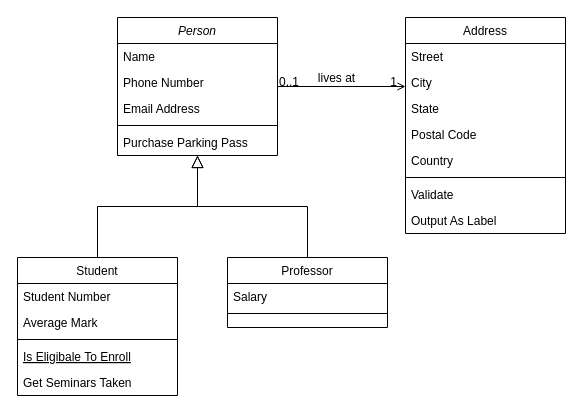
This is Untitled Diagram.drawio from flyskybingo/TestCase, a draw.io file, before an edit. Source tidied: cells renumbered, new cells numbered last; positions are measured from the earlier drawing's top-left corner, leaving out a move shared by most shapes. Both pictures are drawn from the tidied source at 100%, with x=0, y=0 at pixel (17, 17).
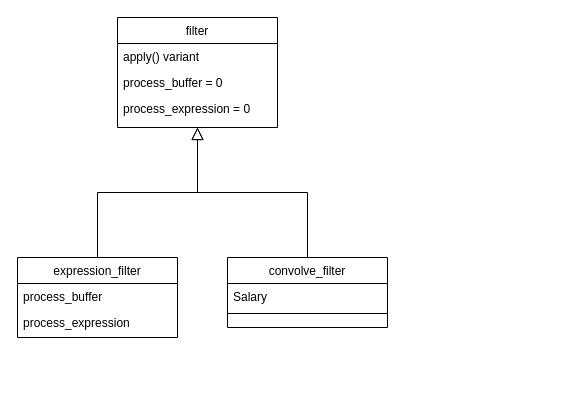
The same diagram, later.

Change to the diagram source:
```diff
@@
-    <mxCell id="2" value="Person" style="swimlane;fontStyle=2;align=center;verticalAlign=top;horizontal=1;startSize=26;rounded=0;shadow=0;strokeWidth=1;" parent="1" vertex="1">
-      <mxGeometry x="100" width="160" height="138" as="geometry" />
+    <mxCell id="2" value="filter" style="swimlane;fontStyle=0;align=center;verticalAlign=top;horizontal=1;startSize=26;rounded=0;shadow=0;strokeWidth=1;swimlaneLine=1;" parent="1" vertex="1">
+      <mxGeometry x="100" width="160" height="110" as="geometry" />
     </mxCell>
-    <mxCell id="3" value="Name" style="text;align=left;verticalAlign=top;spacingLeft=4;spacingRight=4;overflow=hidden;" parent="2" vertex="1">
+    <mxCell id="3" value="apply() variant" style="text;align=left;verticalAlign=top;spacingLeft=4;spacingRight=4;overflow=hidden;" parent="2" vertex="1">
       <mxGeometry y="26" width="160" height="26" as="geometry" />
     </mxCell>
-    <mxCell id="4" value="Phone Number" style="text;align=left;verticalAlign=top;spacingLeft=4;spacingRight=4;overflow=hidden;rounded=0;shadow=0;html=0;" parent="2" vertex="1">
+    <mxCell id="4" value="process_buffer = 0" style="text;align=left;verticalAlign=top;spacingLeft=4;spacingRight=4;overflow=hidden;rounded=0;shadow=0;html=0;" parent="2" vertex="1">
       <mxGeometry y="52" width="160" height="26" as="geometry" />
     </mxCell>
-    <mxCell id="5" value="Email Address" style="text;align=left;verticalAlign=top;spacingLeft=4;spacingRight=4;overflow=hidden;rounded=0;shadow=0;html=0;" parent="2" vertex="1">
+    <mxCell id="5" value="process_expression = 0" style="text;align=left;verticalAlign=top;spacingLeft=4;spacingRight=4;overflow=hidden;rounded=0;shadow=0;html=0;" parent="2" vertex="1">
       <mxGeometry y="78" width="160" height="26" as="geometry" />
     </mxCell>
-    <mxCell id="6" style="line;html=1;strokeWidth=1;align=left;verticalAlign=middle;spacingTop=-1;spacingLeft=3;spacingRight=3;labelPosition=right;" parent="2" vertex="1">
-      <mxGeometry y="104" width="160" height="8" as="geometry" />
-    </mxCell>
-    <mxCell id="7" value="Purchase Parking Pass" style="text;align=left;verticalAlign=top;spacingLeft=4;spacingRight=4;overflow=hidden;" parent="2" vertex="1">
-      <mxGeometry y="112" width="160" height="26" as="geometry" />
-    </mxCell>
-    <mxCell id="8" value="Student" style="swimlane;fontStyle=0;align=center;verticalAlign=top;horizontal=1;startSize=26;rounded=0;shadow=0;strokeWidth=1;" parent="1" vertex="1">
-      <mxGeometry y="240" width="160" height="138" as="geometry" />
+    <mxCell id="8" value="expression_filter" style="swimlane;fontStyle=0;align=center;verticalAlign=top;horizontal=1;startSize=26;rounded=0;shadow=0;strokeWidth=1;" parent="1" vertex="1">
+      <mxGeometry y="240" width="160" height="80" as="geometry" />
     </mxCell>
-    <mxCell id="9" value="Student Number" style="text;align=left;verticalAlign=top;spacingLeft=4;spacingRight=4;overflow=hidden;" parent="8" vertex="1">
+    <mxCell id="9" value="process_buffer" style="text;align=left;verticalAlign=top;spacingLeft=4;spacingRight=4;overflow=hidden;" parent="8" vertex="1">
       <mxGeometry y="26" width="160" height="26" as="geometry" />
     </mxCell>
-    <mxCell id="10" value="Average Mark" style="text;align=left;verticalAlign=top;spacingLeft=4;spacingRight=4;overflow=hidden;rounded=0;shadow=0;html=0;" parent="8" vertex="1">
+    <mxCell id="10" value="process_expression" style="text;align=left;verticalAlign=top;spacingLeft=4;spacingRight=4;overflow=hidden;rounded=0;shadow=0;html=0;" parent="8" vertex="1">
       <mxGeometry y="52" width="160" height="26" as="geometry" />
     </mxCell>
-    <mxCell id="11" style="line;html=1;strokeWidth=1;align=left;verticalAlign=middle;spacingTop=-1;spacingLeft=3;spacingRight=3;labelPosition=right;" parent="8" vertex="1">
-      <mxGeometry y="78" width="160" height="8" as="geometry" />
-    </mxCell>
-    <mxCell id="12" value="Is Eligibale To Enroll" style="text;align=left;verticalAlign=top;spacingLeft=4;spacingRight=4;overflow=hidden;fontStyle=4;" parent="8" vertex="1">
-      <mxGeometry y="86" width="160" height="26" as="geometry" />
-    </mxCell>
-    <mxCell id="13" value="Get Seminars Taken" style="text;align=left;verticalAlign=top;spacingLeft=4;spacingRight=4;overflow=hidden;" parent="8" vertex="1">
-      <mxGeometry y="112" width="160" height="26" as="geometry" />
-    </mxCell>
@@
-    <mxCell id="15" value="Professor" style="swimlane;fontStyle=0;align=center;verticalAlign=top;horizontal=1;startSize=26;rounded=0;shadow=0;strokeWidth=1;" parent="1" vertex="1">
+    <mxCell id="15" value="convolve_filter" style="swimlane;fontStyle=0;align=center;verticalAlign=top;horizontal=1;startSize=26;rounded=0;shadow=0;strokeWidth=1;" parent="1" vertex="1">
       <mxGeometry x="210" y="240" width="160" height="70" as="geometry" />
     </mxCell>
@@
-    <mxCell id="19" value="Address" style="swimlane;fontStyle=0;align=center;verticalAlign=top;horizontal=1;startSize=26;rounded=0;shadow=0;strokeWidth=1;" parent="1" vertex="1">
-      <mxGeometry x="388" width="160" height="216" as="geometry" />
-    </mxCell>
-    <mxCell id="20" value="Street" style="text;align=left;verticalAlign=top;spacingLeft=4;spacingRight=4;overflow=hidden;" parent="19" vertex="1">
-      <mxGeometry y="26" width="160" height="26" as="geometry" />
-    </mxCell>
-    <mxCell id="21" value="City" style="text;align=left;verticalAlign=top;spacingLeft=4;spacingRight=4;overflow=hidden;rounded=0;shadow=0;html=0;" parent="19" vertex="1">
-      <mxGeometry y="52" width="160" height="26" as="geometry" />
-    </mxCell>
-    <mxCell id="22" value="State" style="text;align=left;verticalAlign=top;spacingLeft=4;spacingRight=4;overflow=hidden;rounded=0;shadow=0;html=0;" parent="19" vertex="1">
-      <mxGeometry y="78" width="160" height="26" as="geometry" />
-    </mxCell>
-    <mxCell id="23" value="Postal Code" style="text;align=left;verticalAlign=top;spacingLeft=4;spacingRight=4;overflow=hidden;rounded=0;shadow=0;html=0;" parent="19" vertex="1">
-      <mxGeometry y="104" width="160" height="26" as="geometry" />
-    </mxCell>
-    <mxCell id="24" value="Country" style="text;align=left;verticalAlign=top;spacingLeft=4;spacingRight=4;overflow=hidden;rounded=0;shadow=0;html=0;" parent="19" vertex="1">
-      <mxGeometry y="130" width="160" height="26" as="geometry" />
-    </mxCell>
-    <mxCell id="25" style="line;html=1;strokeWidth=1;align=left;verticalAlign=middle;spacingTop=-1;spacingLeft=3;spacingRight=3;labelPosition=right;" parent="19" vertex="1">
-      <mxGeometry y="156" width="160" height="8" as="geometry" />
-    </mxCell>
-    <mxCell id="26" value="Validate" style="text;align=left;verticalAlign=top;spacingLeft=4;spacingRight=4;overflow=hidden;" parent="19" vertex="1">
-      <mxGeometry y="164" width="160" height="26" as="geometry" />
-    </mxCell>
-    <mxCell id="27" value="Output As Label" style="text;align=left;verticalAlign=top;spacingLeft=4;spacingRight=4;overflow=hidden;" parent="19" vertex="1">
-      <mxGeometry y="190" width="160" height="26" as="geometry" />
-    </mxCell>
-    <mxCell id="28" style="endArrow=open;shadow=0;strokeWidth=1;rounded=0;endFill=1;edgeStyle=elbowEdgeStyle;elbow=vertical;" parent="1" edge="1" source="2" target="19">
-      <mxGeometry x="0.5" y="41" relative="1" as="geometry">
-        <mxPoint x="-40" y="32" as="offset" />
-      </mxGeometry>
-    </mxCell>
-    <mxCell id="29" value="0..1" style="align=left;verticalAlign=bottom;labelBackgroundColor=none;fontSize=12;" parent="28" vertex="1">
-      <mxGeometry x="-1" relative="1" as="geometry">
-        <mxPoint y="4" as="offset" />
-      </mxGeometry>
-    </mxCell>
-    <mxCell id="30" value="1" style="align=right;verticalAlign=bottom;labelBackgroundColor=none;fontSize=12;" parent="28" vertex="1">
-      <mxGeometry x="1" relative="1" as="geometry">
-        <mxPoint x="-7" y="4" as="offset" />
-      </mxGeometry>
-    </mxCell>
-    <mxCell id="31" value="lives at" style="text;html=1;align=center;verticalAlign=middle;labelBackgroundColor=none;rounded=0;shadow=0;strokeWidth=1;fontSize=12;" parent="28" vertex="1">
-      <mxGeometry x="0.5" y="49" relative="1" as="geometry">
-        <mxPoint x="-38" y="40" as="offset" />
-      </mxGeometry>
-    </mxCell>
```
